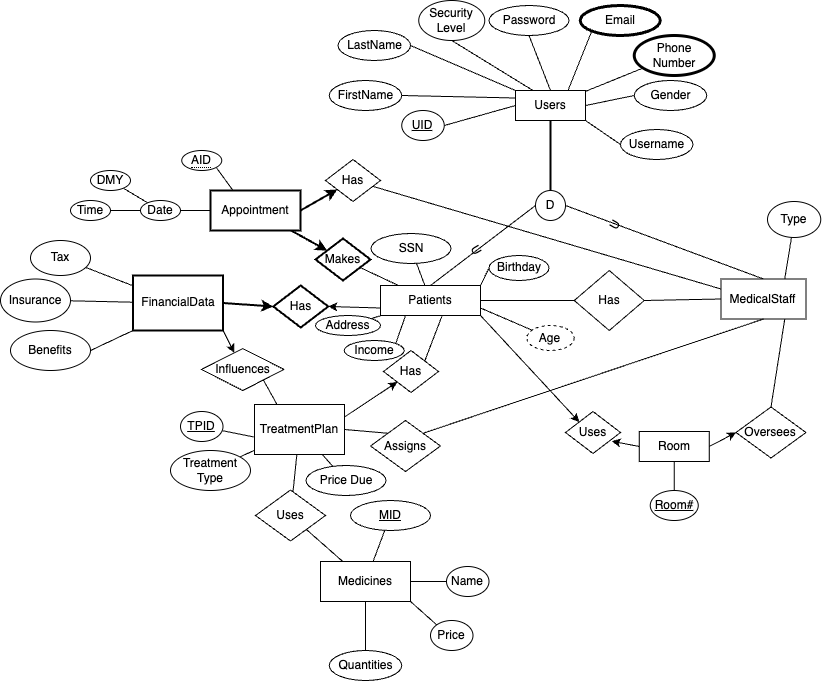
Above: SJCS Hospital err.png in Oiman23/SJCS-Clinic (draw.io), before the change. Source tidied: cells renumbered, new cells last; positions are measured from the earlier drawing's top-left corner, leaving out a move shared by most shapes.
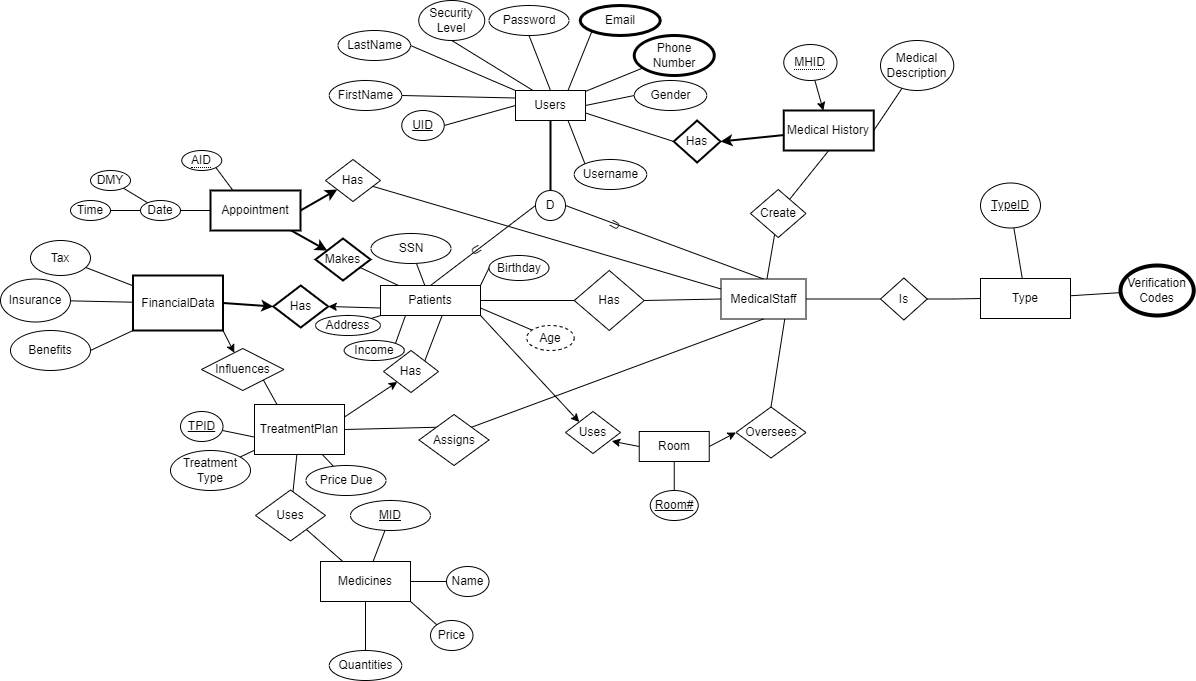
The same diagram one commit later.

Change to the diagram source:
```diff
@@ -14,9 +14,12 @@
     <mxCell id="5" style="edgeStyle=none;rounded=0;jettySize=auto;html=1;exitX=0;exitY=0.5;exitDx=0;exitDy=0;entryX=1;entryY=0.5;entryDx=0;entryDy=0;endArrow=none;endFill=0;" parent="1" edge="1" source="7" target="40">
       <mxGeometry relative="1" as="geometry" />
     </mxCell>
-    <mxCell id="6" style="rounded=0;jettySize=auto;html=1;exitX=1;exitY=1;exitDx=0;exitDy=0;entryX=0;entryY=0.5;entryDx=0;entryDy=0;endArrow=none;endFill=0;" parent="1" edge="1" source="7" target="105">
+    <mxCell id="6" style="rounded=0;jettySize=auto;html=1;exitX=0.75;exitY=1;exitDx=0;exitDy=0;entryX=0;entryY=0;entryDx=0;entryDy=0;endArrow=none;endFill=0;" parent="1" edge="1" source="7" target="105">
       <mxGeometry relative="1" as="geometry" />
     </mxCell>
+    <mxCell id="106" style="rounded=0;jettySize=auto;html=1;exitX=1;exitY=0.75;exitDx=0;exitDy=0;entryX=0;entryY=0.5;entryDx=0;entryDy=0;endArrow=none;endFill=0;" parent="1" edge="1" source="7" target="111">
+      <mxGeometry relative="1" as="geometry" />
+    </mxCell>
     <mxCell id="7" value="Users" style="rounded=0;whiteSpace=wrap;html=1;" parent="1" vertex="1">
       <mxGeometry x="515" y="90" width="70" height="30" as="geometry" />
     </mxCell>
@@ -38,6 +41,12 @@
     <mxCell id="13" style="edgeStyle=none;rounded=0;jettySize=auto;html=1;exitX=0.75;exitY=1;exitDx=0;exitDy=0;entryX=0.5;entryY=0;entryDx=0;entryDy=0;endArrow=none;endFill=0;" parent="1" edge="1" source="14" target="27">
       <mxGeometry relative="1" as="geometry" />
     </mxCell>
+    <mxCell id="107" style="rounded=0;jettySize=auto;html=1;endArrow=none;endFill=0;" parent="1" edge="1" source="14" target="115">
+      <mxGeometry relative="1" as="geometry" />
+    </mxCell>
+    <mxCell id="108" style="edgeStyle=orthogonalEdgeStyle;rounded=0;jettySize=auto;html=1;endArrow=none;endFill=0;" parent="1" edge="1" source="14" target="119">
+      <mxGeometry relative="1" as="geometry" />
+    </mxCell>
     <mxCell id="14" value="MedicalStaff" style="rounded=0;whiteSpace=wrap;html=1;" parent="1" vertex="1">
       <mxGeometry x="720.5" y="278.5" width="85" height="40" as="geometry" />
     </mxCell>
@@ -132,7 +141,7 @@
       <mxGeometry relative="1" as="geometry" />
     </mxCell>
     <mxCell id="45" value="Assigns" style="rhombus;whiteSpace=wrap;html=1;" parent="1" vertex="1">
-      <mxGeometry x="370" y="420" width="70" height="51" as="geometry" />
+      <mxGeometry x="418.5" y="414" width="70" height="51" as="geometry" />
     </mxCell>
     <mxCell id="46" value="Medicines" style="rounded=0;whiteSpace=wrap;html=1;" parent="1" vertex="1">
       <mxGeometry x="320" y="561" width="90" height="40" as="geometry" />
@@ -209,12 +218,6 @@
     <mxCell id="70" value="Security Level" style="ellipse;whiteSpace=wrap;html=1;" parent="1" vertex="1">
       <mxGeometry x="418.2" width="66" height="40" as="geometry" />
     </mxCell>
-    <mxCell id="71" style="edgeStyle=none;rounded=0;jettySize=auto;html=1;endArrow=none;endFill=0;entryX=0.75;entryY=0;entryDx=0;entryDy=0;" parent="1" edge="1" source="72" target="14">
-      <mxGeometry relative="1" as="geometry" />
-    </mxCell>
-    <mxCell id="72" value="Type" style="ellipse;whiteSpace=wrap;html=1;" parent="1" vertex="1">
-      <mxGeometry x="767" y="201" width="53.2" height="36" as="geometry" />
-    </mxCell>
     <mxCell id="73" style="edgeStyle=none;rounded=0;jettySize=auto;html=1;endArrow=none;endFill=0;" parent="1" edge="1" source="74" target="46">
       <mxGeometry relative="1" as="geometry" />
     </mxCell>
@@ -312,7 +315,55 @@
       <mxGeometry x="343.8" y="340" width="60" height="20" as="geometry" />
     </mxCell>
     <mxCell id="105" value="Username" style="ellipse;whiteSpace=wrap;html=1;" parent="1" vertex="1">
-      <mxGeometry x="620" y="129" width="72.5" height="30" as="geometry" />
+      <mxGeometry x="573.8" y="159" width="72.5" height="30" as="geometry" />
     </mxCell>
+    <mxCell id="109" value="Medical History" style="whiteSpace=wrap;html=1;strokeWidth=2;" parent="1" vertex="1">
+      <mxGeometry x="783.2" y="110" width="90" height="40" as="geometry" />
+    </mxCell>
+    <mxCell id="110" style="rounded=0;jettySize=auto;html=1;entryX=1;entryY=0.5;entryDx=0;entryDy=0;strokeWidth=2;" parent="1" edge="1" source="109" target="111">
+      <mxGeometry relative="1" as="geometry" />
+    </mxCell>
+    <mxCell id="111" value="Has" style="rhombus;whiteSpace=wrap;html=1;fontStyle=0;strokeWidth=2;" parent="1" vertex="1">
+      <mxGeometry x="673.2" y="120" width="46.8" height="42" as="geometry" />
+    </mxCell>
+    <mxCell id="112" style="rounded=0;jettySize=auto;html=1;" parent="1" edge="1" source="113" target="109">
+      <mxGeometry relative="1" as="geometry" />
+    </mxCell>
+    <mxCell id="113" value="&lt;span style=&quot;border-bottom: 1px dotted black&quot;&gt;MHID&lt;/span&gt;" style="ellipse;whiteSpace=wrap;html=1;" parent="1" vertex="1">
+      <mxGeometry x="783.2" y="44" width="53.2" height="36" as="geometry" />
+    </mxCell>
+    <mxCell id="114" style="rounded=0;jettySize=auto;html=1;entryX=0.5;entryY=1;entryDx=0;entryDy=0;endArrow=none;endFill=0;" parent="1" edge="1" source="115" target="109">
+      <mxGeometry relative="1" as="geometry" />
+    </mxCell>
+    <mxCell id="115" value="Create" style="rhombus;whiteSpace=wrap;html=1;" parent="1" vertex="1">
+      <mxGeometry x="750" y="189" width="55.5" height="48" as="geometry" />
+    </mxCell>
+    <mxCell id="116" style="rounded=0;jettySize=auto;html=1;entryX=1;entryY=0.5;entryDx=0;entryDy=0;endArrow=none;endFill=0;" parent="1" edge="1" source="117" target="109">
+      <mxGeometry relative="1" as="geometry" />
+    </mxCell>
+    <mxCell id="117" value="Medical Description" style="ellipse;whiteSpace=wrap;html=1;" parent="1" vertex="1">
+      <mxGeometry x="880" y="40" width="73.2" height="50" as="geometry" />
+    </mxCell>
+    <mxCell id="72" value="Type" style="whiteSpace=wrap;html=1;strokeWidth=1;" parent="1" vertex="1">
+      <mxGeometry x="980" y="278" width="90" height="40" as="geometry" />
+    </mxCell>
+    <mxCell id="118" style="edgeStyle=orthogonalEdgeStyle;rounded=0;jettySize=auto;html=1;endArrow=none;endFill=0;" parent="1" edge="1" source="119" target="72">
+      <mxGeometry relative="1" as="geometry" />
+    </mxCell>
+    <mxCell id="119" value="Is" style="rhombus;whiteSpace=wrap;html=1;fontStyle=0;strokeWidth=1;" parent="1" vertex="1">
+      <mxGeometry x="880" y="277.5" width="46.8" height="42" as="geometry" />
+    </mxCell>
+    <mxCell id="120" style="rounded=0;jettySize=auto;html=1;endArrow=none;endFill=0;" parent="1" edge="1" source="121" target="72">
+      <mxGeometry relative="1" as="geometry" />
+    </mxCell>
+    <mxCell id="121" value="&lt;u&gt;TypeID&lt;/u&gt;" style="ellipse;whiteSpace=wrap;html=1;" parent="1" vertex="1">
+      <mxGeometry x="980" y="182.5" width="60" height="45" as="geometry" />
+    </mxCell>
+    <mxCell id="122" style="rounded=0;jettySize=auto;html=1;endArrow=none;endFill=0;" parent="1" edge="1" source="123" target="72">
+      <mxGeometry relative="1" as="geometry" />
+    </mxCell>
+    <mxCell id="123" value="Verification Codes" style="ellipse;whiteSpace=wrap;html=1;strokeWidth=4;" parent="1" vertex="1">
+      <mxGeometry x="1120" y="265" width="73.2" height="50" as="geometry" />
+    </mxCell>
   </root>
 </mxGraphModel>
```
